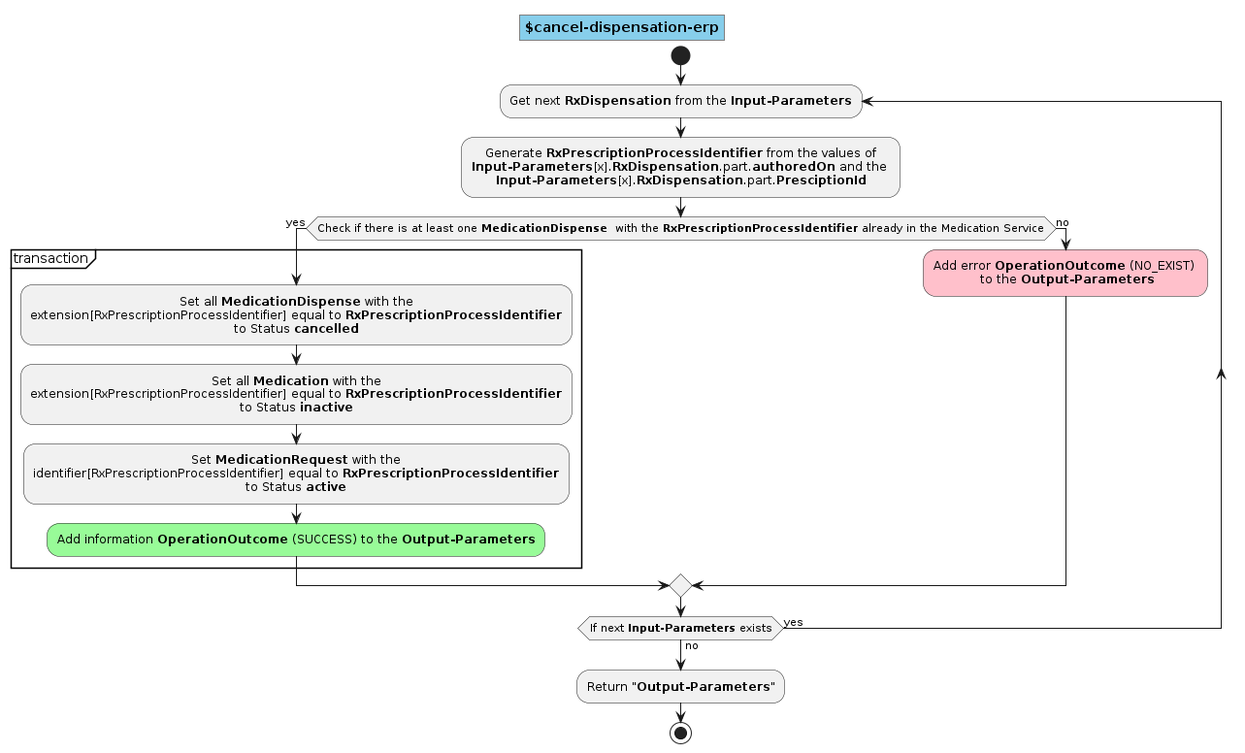
Above: images/plantuml/operation.cancel-dispensation-erp.png in gematik/ePA-Medication (PlantUML), before the change. The source it was exported from:
```plantuml
@startuml operation.cancel-dispensation-erp
skinparam defaultTextAlignment center
skinparam title {
  backgroundColor SkyBlue
  borderColor Gray
}
title $cancel-dispensation-erp

start


  repeat:Get next <b>RxDispensation</b> from the <b>Input-Parameters</b>;

    :Generate <b>RxPrescriptionProcessIdentifier</b> from the values of
    <b>Input-Parameters</b>[x].<b>RxDispensation</b>.part.<b>authoredOn</b> and the
    <b>Input-Parameters</b>[x].<b>RxDispensation</b>.part.<b>PresciptionId</b>;

    if(Check if there is at least one <b>MedicationDispense </b> with the <b>RxPrescriptionProcessIdentifier</b> already in the Medication Service) then (yes)

      partition transaction {

        :Set all <b>MedicationDispense</b> with the
        extension[RxPrescriptionProcessIdentifier] equal to <b>RxPrescriptionProcessIdentifier</b>
        to Status <b>cancelled</b>;

        :Set all <b>Medication</b> with the
        extension[RxPrescriptionProcessIdentifier] equal to <b>RxPrescriptionProcessIdentifier</b>
        to Status <b>inactive</b>;

        :Set <b>MedicationRequest</b> with the
        identifier[RxPrescriptionProcessIdentifier] equal to <b>RxPrescriptionProcessIdentifier</b>
        to Status <b>active</b>;

        #PaleGreen:Add information <b>OperationOutcome</b> (SUCCESS) to the <b>Output-Parameters</b>;

      }

    else (no)

      #Pink:Add error <b>OperationOutcome</b> (NO_EXIST) \n to the <b>Output-Parameters</b>;

    endif

  repeat while (If next <b>Input-Parameters</b> exists) is (yes) not (no)

:Return "<b>Output-Parameters</b>";
stop
@enduml
```
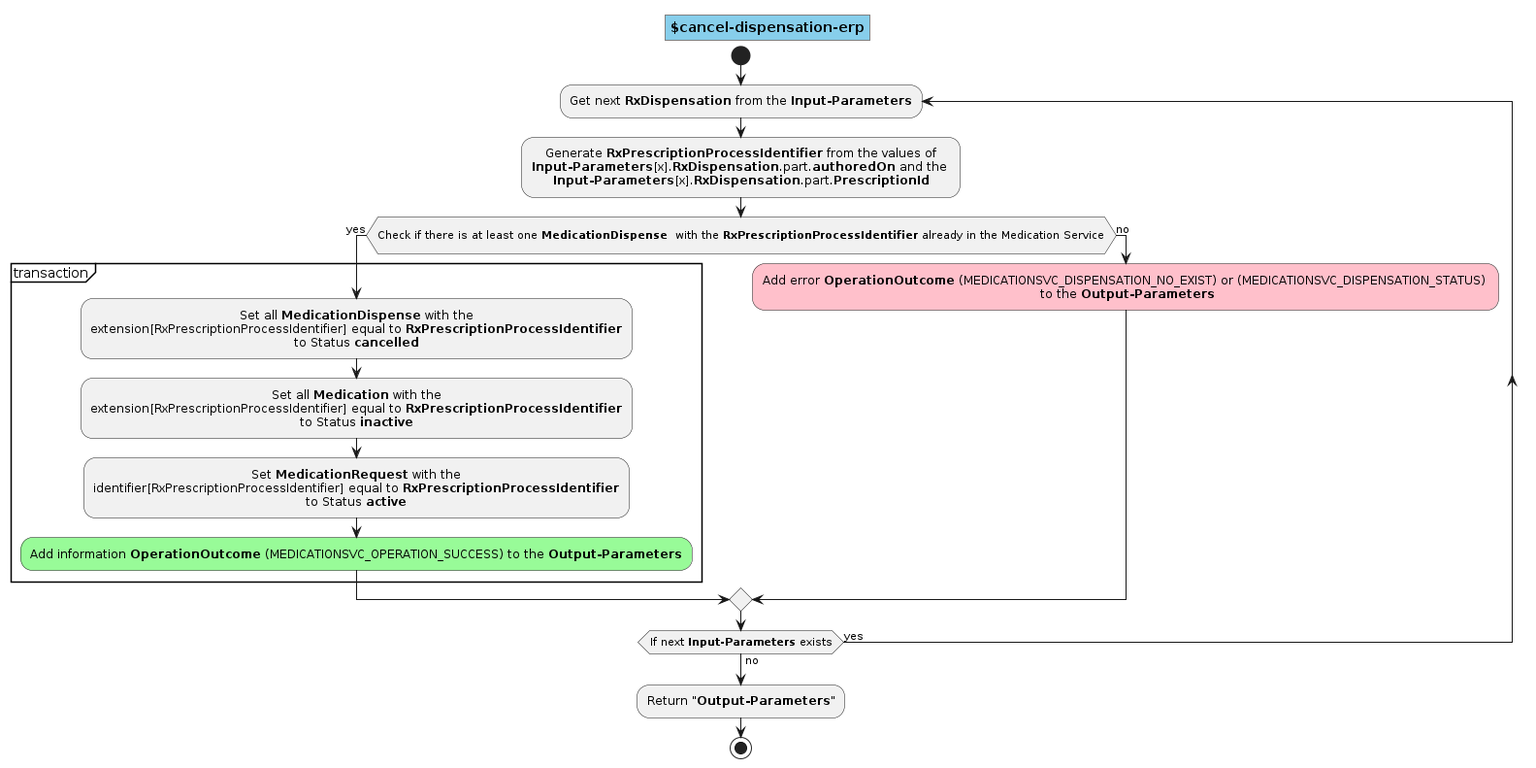
The same diagram one commit later.

Diff of the diagram source:
```diff
@@ -13,9 +13,9 @@
 
     :Generate <b>RxPrescriptionProcessIdentifier</b> from the values of
     <b>Input-Parameters</b>[x].<b>RxDispensation</b>.part.<b>authoredOn</b> and the
-    <b>Input-Parameters</b>[x].<b>RxDispensation</b>.part.<b>PresciptionId</b>;
+    <b>Input-Parameters</b>[x].<b>RxDispensation</b>.part.<b>PrescriptionId</b>;
 
-    if(Check if there is at least one <b>MedicationDispense </b> with the <b>RxPrescriptionProcessIdentifier</b> already in the Medication Service) then (yes)
+    if(\rCheck if there is at least one <b>MedicationDispense </b> with the <b>RxPrescriptionProcessIdentifier</b> already in the Medication Service\r) then (yes)
 
       partition transaction {
 
@@ -31,13 +31,13 @@
         identifier[RxPrescriptionProcessIdentifier] equal to <b>RxPrescriptionProcessIdentifier</b>
         to Status <b>active</b>;
 
-        #PaleGreen:Add information <b>OperationOutcome</b> (SUCCESS) to the <b>Output-Parameters</b>;
+        #PaleGreen:Add information <b>OperationOutcome</b> (MEDICATIONSVC_OPERATION_SUCCESS) to the <b>Output-Parameters</b>;
 
       }
 
     else (no)
 
-      #Pink:Add error <b>OperationOutcome</b> (NO_EXIST) \n to the <b>Output-Parameters</b>;
+      #Pink:Add error <b>OperationOutcome</b> (MEDICATIONSVC_DISPENSATION_NO_EXIST) or (MEDICATIONSVC_DISPENSATION_STATUS) \n to the <b>Output-Parameters</b>;
 
     endif
 
```
